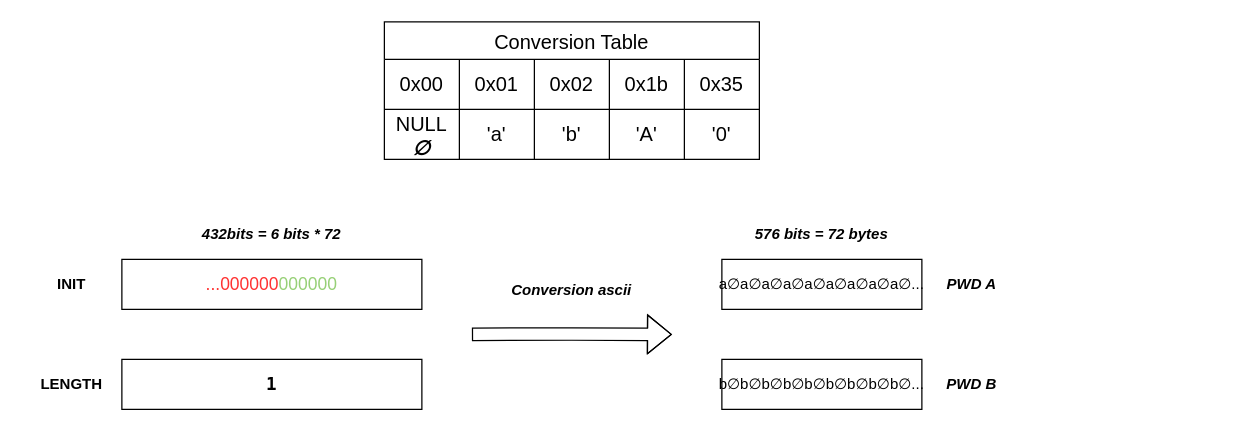
Djokzer/fpga_bruteforce_attack keeps this draw.io diagram as page "Examples" (2 of 2) of assets/drawio/pwd_gen.drawio. Above is the earlier version. Source tidied: cells renumbered, new cells numbered last; positions are measured from the earlier drawing's top-left corner, leaving out a move shared by most shapes. Both pictures are drawn from the tidied source at 125%, with x=0, y=0 at pixel (21, 21).
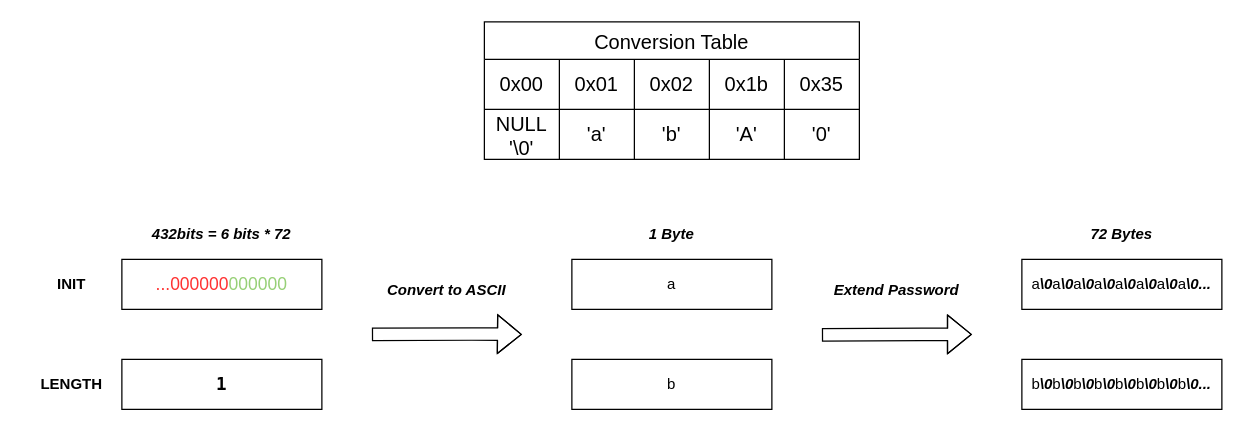
The same page after the edit.

The change refers to these unchanged cells:
```xml
<mxCell id="21" style="shape=tableRow;horizontal=0;startSize=0;swimlaneHead=0;swimlaneBody=0;strokeColor=inherit;top=0;left=0;bottom=0;right=0;fillColor=none;fontSize=16;" parent="14" vertex="1">
  <mxGeometry y="70" width="300" height="40" as="geometry" />
</mxCell>
```

Change to the diagram source:
```diff
@@
     <mxCell id="2" value="&lt;b&gt;&lt;i&gt;432bits = 6 bits * 72&lt;/i&gt;&lt;/b&gt;" style="text;html=1;strokeColor=none;fillColor=none;align=center;verticalAlign=middle;whiteSpace=wrap;rounded=0;" parent="1" vertex="1">
-      <mxGeometry x="80" y="150" width="240" height="40" as="geometry" />
+      <mxGeometry x="80" y="150" width="160" height="40" as="geometry" />
     </mxCell>
@@
     <mxCell id="5" value="&lt;font face=&quot;Lucida Console&quot; size=&quot;1&quot;&gt;&lt;b style=&quot;font-size: 14px;&quot;&gt;1&lt;/b&gt;&lt;/font&gt;" style="rounded=0;whiteSpace=wrap;html=1;" parent="1" vertex="1">
-      <mxGeometry x="80" y="270" width="240" height="40" as="geometry" />
+      <mxGeometry x="80" y="270" width="160" height="40" as="geometry" />
     </mxCell>
-    <mxCell id="6" value="a∅a∅a∅a∅a∅a∅a∅a∅a∅..." style="rounded=0;whiteSpace=wrap;html=1;" parent="1" vertex="1">
-      <mxGeometry x="560" y="190" width="160" height="40" as="geometry" />
+    <mxCell id="6" value="a" style="rounded=0;whiteSpace=wrap;html=1;" parent="1" vertex="1">
+      <mxGeometry x="440" y="190" width="160" height="40" as="geometry" />
     </mxCell>
-    <mxCell id="7" value="&lt;b&gt;&lt;i&gt;PWD A&lt;br&gt;&lt;/i&gt;&lt;/b&gt;" style="text;html=1;strokeColor=none;fillColor=none;align=center;verticalAlign=middle;whiteSpace=wrap;rounded=0;" parent="1" vertex="1">
-      <mxGeometry x="720" y="190" width="80" height="40" as="geometry" />
-    </mxCell>
-    <mxCell id="8" value="b∅b∅b∅b∅b∅b∅b∅b∅b∅..." style="rounded=0;whiteSpace=wrap;html=1;" parent="1" vertex="1">
-      <mxGeometry x="560" y="270" width="160" height="40" as="geometry" />
+    <mxCell id="8" value="b" style="rounded=0;whiteSpace=wrap;html=1;" parent="1" vertex="1">
+      <mxGeometry x="440" y="270" width="160" height="40" as="geometry" />
     </mxCell>
-    <mxCell id="9" value="&lt;b&gt;&lt;i&gt;PWD B&lt;br&gt;&lt;/i&gt;&lt;/b&gt;" style="text;html=1;strokeColor=none;fillColor=none;align=center;verticalAlign=middle;whiteSpace=wrap;rounded=0;" parent="1" vertex="1">
-      <mxGeometry x="720" y="270" width="80" height="40" as="geometry" />
-    </mxCell>
     <mxCell id="10" style="shape=flexArrow;endArrow=classic;html=1;rounded=0;" parent="1" edge="1">
       <mxGeometry relative="1" as="geometry">
-        <mxPoint x="360" y="250" as="sourcePoint" />
-        <mxPoint x="520" y="250" as="targetPoint" />
+        <mxPoint x="280" y="250" as="sourcePoint" />
+        <mxPoint x="400" y="250" as="targetPoint" />
         <Array as="points">
-          <mxPoint x="440" y="249.7" />
+          <mxPoint x="360" y="249.7" />
         </Array>
       </mxGeometry>
     </mxCell>
-    <mxCell id="11" value="&lt;b&gt;&lt;i&gt;576 bits = 72 bytes&lt;br&gt;&lt;/i&gt;&lt;/b&gt;" style="text;html=1;strokeColor=none;fillColor=none;align=center;verticalAlign=middle;whiteSpace=wrap;rounded=0;" parent="1" vertex="1">
-      <mxGeometry x="560" y="150" width="160" height="40" as="geometry" />
+    <mxCell id="11" value="&lt;b&gt;&lt;i&gt;1 Byte&lt;br&gt;&lt;/i&gt;&lt;/b&gt;" style="text;html=1;strokeColor=none;fillColor=none;align=center;verticalAlign=middle;whiteSpace=wrap;rounded=0;" parent="1" vertex="1">
+      <mxGeometry x="440" y="150" width="160" height="40" as="geometry" />
     </mxCell>
-    <mxCell id="12" value="Conversion ascii" style="rounded=0;whiteSpace=wrap;html=1;fillColor=none;strokeColor=none;fontStyle=3;" parent="1" vertex="1">
-      <mxGeometry x="360" y="200" width="160" height="30" as="geometry" />
+    <mxCell id="12" value="Convert to ASCII" style="rounded=0;whiteSpace=wrap;html=1;fillColor=none;strokeColor=none;fontStyle=3;" parent="1" vertex="1">
+      <mxGeometry x="280" y="200" width="120" height="30" as="geometry" />
     </mxCell>
     <mxCell id="13" value="&lt;font style=&quot;font-size: 14px;&quot; color=&quot;#ff3333&quot;&gt;...000000&lt;/font&gt;&lt;font style=&quot;font-size: 14px;&quot; color=&quot;#97d077&quot;&gt;000000&lt;/font&gt;" style="rounded=0;whiteSpace=wrap;html=1;fontSize=14;" parent="1" vertex="1">
-      <mxGeometry x="80" y="190" width="240" height="40" as="geometry" />
+      <mxGeometry x="80" y="190" width="160" height="40" as="geometry" />
     </mxCell>
     <mxCell id="14" value="Conversion Table" style="shape=table;startSize=30;childLayout=tableLayout;strokeColor=default;fontSize=16;" parent="1" vertex="1">
-      <mxGeometry x="290" width="300" height="110" as="geometry" />
+      <mxGeometry x="370" width="300" height="110" as="geometry" />
     </mxCell>
@@
-    <mxCell id="22" value="&lt;div&gt;NULL&lt;/div&gt;&lt;div&gt;&lt;b&gt;&lt;i&gt;∅ &lt;/i&gt;&lt;/b&gt;&lt;/div&gt;" style="shape=partialRectangle;html=1;whiteSpace=wrap;strokeColor=inherit;overflow=hidden;fillColor=none;top=0;left=0;bottom=0;right=0;fontSize=16;" parent="21" vertex="1">
+    <mxCell id="22" value="&lt;div&gt;NULL&lt;/div&gt;&lt;div&gt;'\0'&lt;/div&gt;" style="shape=partialRectangle;html=1;whiteSpace=wrap;strokeColor=inherit;overflow=hidden;fillColor=none;top=0;left=0;bottom=0;right=0;fontSize=16;" parent="21" vertex="1">
       <mxGeometry width="60" height="40" as="geometry" />
     </mxCell>
@@
+    <mxCell id="27" style="shape=flexArrow;endArrow=classic;html=1;rounded=0;" parent="1" edge="1">
+      <mxGeometry relative="1" as="geometry">
+        <mxPoint x="640" y="250.3" as="sourcePoint" />
+        <mxPoint x="760" y="250" as="targetPoint" />
+        <Array as="points">
+          <mxPoint x="720" y="250" />
+        </Array>
+      </mxGeometry>
+    </mxCell>
+    <mxCell id="28" value="a&lt;b&gt;&lt;i&gt;\0&lt;/i&gt;&lt;/b&gt;a&lt;b&gt;&lt;i&gt;\0&lt;/i&gt;&lt;/b&gt;a&lt;b&gt;&lt;i&gt;\0&lt;/i&gt;&lt;/b&gt;a&lt;b&gt;&lt;i&gt;\0&lt;/i&gt;&lt;/b&gt;a&lt;b&gt;&lt;i&gt;\0&lt;/i&gt;&lt;/b&gt;a&lt;b&gt;&lt;i&gt;\0&lt;/i&gt;&lt;/b&gt;a&lt;b&gt;&lt;i&gt;\0&lt;/i&gt;&lt;/b&gt;a&lt;b&gt;&lt;i&gt;\0...&lt;/i&gt;&lt;/b&gt;" style="rounded=0;whiteSpace=wrap;html=1;" parent="1" vertex="1">
+      <mxGeometry x="800" y="190" width="160" height="40" as="geometry" />
+    </mxCell>
+    <mxCell id="29" value="b&lt;b&gt;&lt;i&gt;\0&lt;/i&gt;&lt;/b&gt;b&lt;b&gt;&lt;i&gt;\0&lt;/i&gt;&lt;/b&gt;b&lt;b&gt;&lt;i&gt;\0&lt;/i&gt;&lt;/b&gt;b&lt;b&gt;&lt;i&gt;\0&lt;/i&gt;&lt;/b&gt;b&lt;b&gt;&lt;i&gt;\0&lt;/i&gt;&lt;/b&gt;b&lt;b&gt;&lt;i&gt;\0&lt;/i&gt;&lt;/b&gt;b&lt;b&gt;&lt;i&gt;\0&lt;/i&gt;&lt;/b&gt;b&lt;b&gt;&lt;i&gt;\0...&lt;/i&gt;&lt;/b&gt;" style="rounded=0;whiteSpace=wrap;html=1;" parent="1" vertex="1">
+      <mxGeometry x="800" y="270" width="160" height="40" as="geometry" />
+    </mxCell>
+    <mxCell id="30" value="Extend Password" style="rounded=0;whiteSpace=wrap;html=1;fillColor=none;strokeColor=none;fontStyle=3;" parent="1" vertex="1">
+      <mxGeometry x="640" y="200" width="120" height="30" as="geometry" />
+    </mxCell>
+    <mxCell id="31" value="&lt;b&gt;&lt;i&gt;72 Bytes&lt;br&gt;&lt;/i&gt;&lt;/b&gt;" style="text;html=1;strokeColor=none;fillColor=none;align=center;verticalAlign=middle;whiteSpace=wrap;rounded=0;" parent="1" vertex="1">
+      <mxGeometry x="800" y="150" width="160" height="40" as="geometry" />
+    </mxCell>
```
